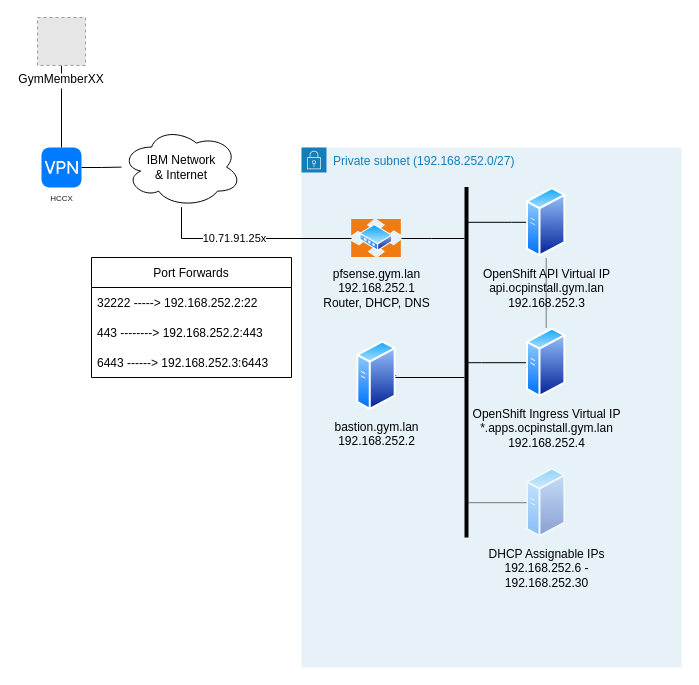
The draw.io diagram GymDesign_v1.drawio in SippingTheKoolaid/DO180-apps, before the edit. Source tidied: cells renumbered, new cells numbered last; positions are measured from the earlier drawing's top-left corner, leaving out a move shared by most shapes. Both pictures are drawn from the tidied source at 100%, with x=0, y=0 at pixel (37, 17). Pictures stored in the file or linked from it are replaced by grey dashed boxes.
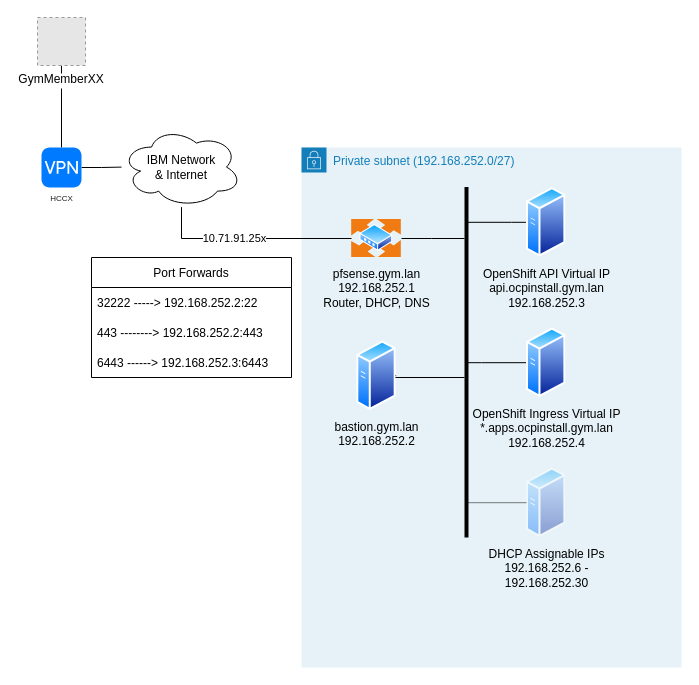
After the change.

Unchanged cells that the change refers to:
```xml
<mxCell id="6" value="Private subnet (192.168.252.0/27)" style="gradientColor=none;html=1;whiteSpace=wrap;fontSize=12;fontStyle=0;shape=mxgraph.aws4.group;grIcon=mxgraph.aws4.group_security_group;grStroke=0;strokeColor=#147EBA;fillColor=#E6F2F8;verticalAlign=top;align=left;spacingLeft=30;fontColor=#147EBA;dashed=0;" parent="1" vertex="1">
  <mxGeometry x="264" y="130" width="380" height="520" as="geometry" />
</mxCell>
<mxCell id="13" value="OpenShift API Virtual IP&lt;br&gt;api.ocpinstall.gym.lan&lt;br&gt;192.168.252.3" style="perimeter=ellipsePerimeter;html=1;align=center;shadow=0;dashed=0;spacingTop=3;image;image=img/lib/active_directory/generic_server.svg;labelBackgroundColor=none;" parent="6" vertex="1">
  <mxGeometry x="225" y="39.6" width="39.4" height="70.4" as="geometry" />
</mxCell>
<mxCell id="16" value="OpenShift Ingress Virtual IP&lt;br&gt;*.apps.ocpinstall.gym.lan&lt;br&gt;192.168.252.4" style="perimeter=ellipsePerimeter;html=1;align=center;shadow=0;dashed=0;spacingTop=3;image;image=img/lib/active_directory/generic_server.svg;labelBackgroundColor=none;" parent="6" vertex="1">
  <mxGeometry x="225" y="180" width="39.4" height="70.4" as="geometry" />
</mxCell>
```

The edit, as a diff of the source:
```diff
@@
-    <mxCell id="15" style="edgeStyle=orthogonalEdgeStyle;rounded=0;jettySize=auto;html=1;dashed=1;dashPattern=1 1;endArrow=none;endFill=0;" parent="6" edge="1" source="16" target="13">
-      <mxGeometry relative="1" as="geometry" />
-    </mxCell>
```
